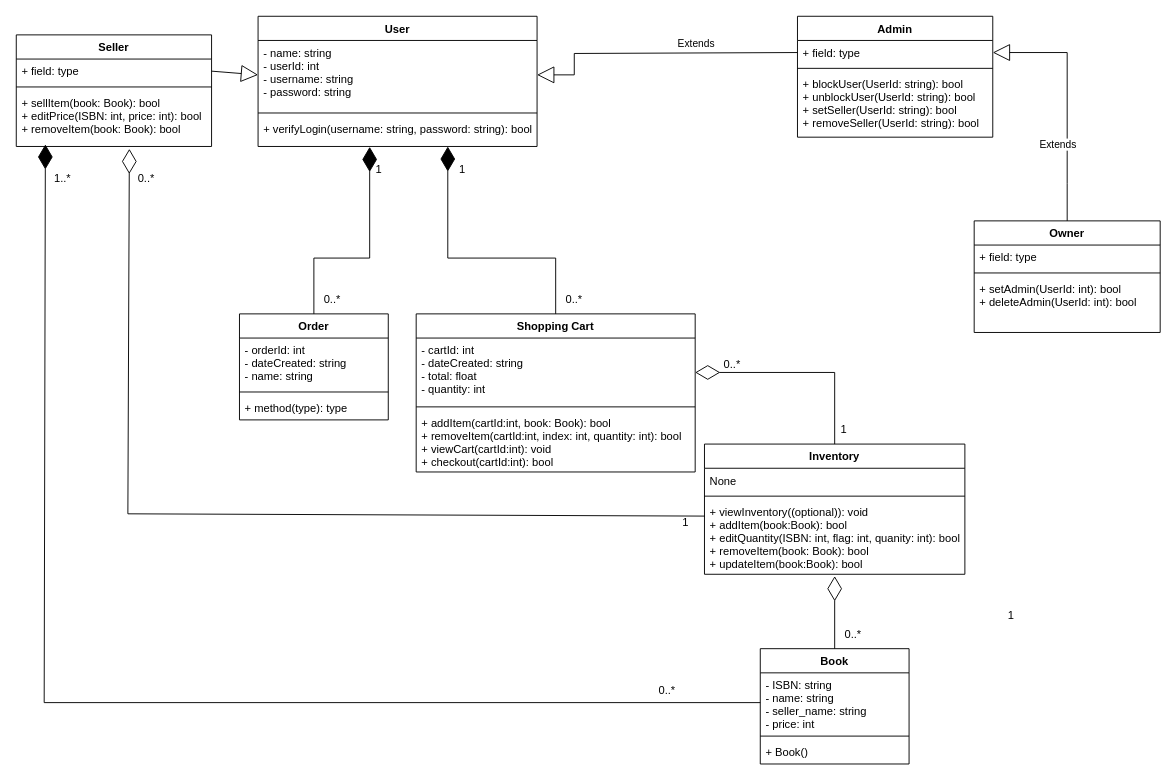
Before: Class_Diagram.drawio in adl409/SE-project-Group-5, a draw.io diagram. Source tidied: cells renumbered, new cells numbered last; positions are measured from the earlier drawing's top-left corner, leaving out a move shared by most shapes. Both pictures are drawn from the tidied source at 93%, with x=0, y=0 at pixel (16, 16).
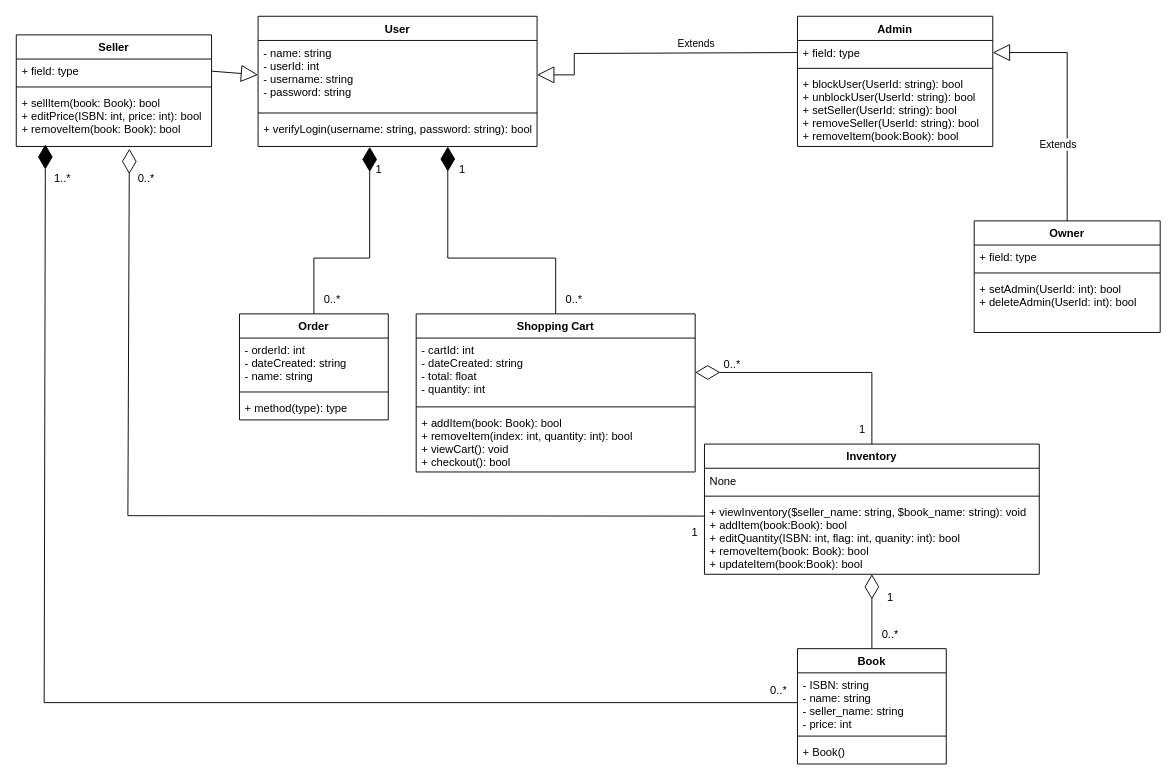
After the change.

Unchanged cells that the change refers to:
```xml
<mxCell id="13" value="+ sellItem(book: Book): bool&#10;+ editPrice(ISBN: int, price: int): bool&#10;+ removeItem(book: Book): bool" style="text;strokeColor=none;fillColor=none;align=left;verticalAlign=top;spacingLeft=4;spacingRight=4;overflow=hidden;points=[[0,0.5],[1,0.5]];portConstraint=eastwest;" parent="10" vertex="1">
  <mxGeometry y="60" width="210" height="60" as="geometry" />
</mxCell>
<mxCell id="51" value="Shopping Cart" style="swimlane;fontStyle=1;align=center;verticalAlign=top;horizontal=1;startSize=26;" parent="1" vertex="1">
  <mxGeometry x="430" y="320" width="300" height="170" as="geometry" />
</mxCell>
```

The edit, as a diff of the source:
```diff
@@
     <mxCell id="6" value="Admin" style="swimlane;fontStyle=1;align=center;verticalAlign=top;horizontal=1;startSize=26;" parent="1" vertex="1">
-      <mxGeometry x="840" width="210" height="130" as="geometry" />
+      <mxGeometry x="840" width="210" height="140" as="geometry" />
     </mxCell>
@@
-    <mxCell id="9" value="+ blockUser(UserId: string): bool&#10;+ unblockUser(UserId: string): bool&#10;+ setSeller(UserId: string): bool&#10;+ removeSeller(UserId: string): bool" style="text;strokeColor=none;fillColor=none;align=left;verticalAlign=top;spacingLeft=4;spacingRight=4;overflow=hidden;" parent="6" vertex="1">
-      <mxGeometry y="60" width="210" height="70" as="geometry" />
+    <mxCell id="9" value="+ blockUser(UserId: string): bool&#10;+ unblockUser(UserId: string): bool&#10;+ setSeller(UserId: string): bool&#10;+ removeSeller(UserId: string): bool&#10;+ removeItem(book:Book): bool" style="text;strokeColor=none;fillColor=none;align=left;verticalAlign=top;spacingLeft=4;spacingRight=4;overflow=hidden;" parent="6" vertex="1">
+      <mxGeometry y="60" width="210" height="80" as="geometry" />
     </mxCell>
@@
     <mxCell id="18" value="Inventory&#10;" style="swimlane;fontStyle=1;align=center;verticalAlign=top;horizontal=1;startSize=26;" parent="1" vertex="1">
-      <mxGeometry x="740" y="460" width="280" height="140" as="geometry" />
+      <mxGeometry x="740" y="460" width="360" height="140" as="geometry" />
     </mxCell>
     <mxCell id="19" value="None" style="text;strokeColor=none;fillColor=none;align=left;verticalAlign=top;spacingLeft=4;spacingRight=4;overflow=hidden;" parent="18" vertex="1">
-      <mxGeometry y="26" width="280" height="26" as="geometry" />
+      <mxGeometry y="26" width="360" height="26" as="geometry" />
     </mxCell>
     <mxCell id="20" style="line;strokeWidth=1;fillColor=none;align=left;verticalAlign=middle;spacingTop=-1;spacingLeft=3;spacingRight=3;labelPosition=right;strokeColor=inherit;" parent="18" vertex="1">
-      <mxGeometry y="52" width="280" height="8" as="geometry" />
+      <mxGeometry y="52" width="360" height="8" as="geometry" />
     </mxCell>
-    <mxCell id="21" value="+ viewInventory((optional)): void&#10;+ addItem(book:Book): bool&#10;+ editQuantity(ISBN: int, flag: int, quanity: int): bool&#10;+ removeItem(book: Book): bool&#10;+ updateItem(book:Book): bool" style="text;strokeColor=none;fillColor=none;align=left;verticalAlign=top;spacingLeft=4;spacingRight=4;overflow=hidden;points=[[0,0.5],[1,0.5]];portConstraint=eastwest;" parent="18" vertex="1">
-      <mxGeometry y="60" width="280" height="80" as="geometry" />
+    <mxCell id="21" value="+ viewInventory($seller_name: string, $book_name: string): void&#10;+ addItem(book:Book): bool&#10;+ editQuantity(ISBN: int, flag: int, quanity: int): bool&#10;+ removeItem(book: Book): bool&#10;+ updateItem(book:Book): bool" style="text;strokeColor=none;fillColor=none;align=left;verticalAlign=top;spacingLeft=4;spacingRight=4;overflow=hidden;points=[[0,0.5],[1,0.5]];portConstraint=eastwest;" parent="18" vertex="1">
+      <mxGeometry y="60" width="360" height="80" as="geometry" />
     </mxCell>
@@
     <mxCell id="35" style="endArrow=diamondThin;endFill=0;endSize=24;html=1;rounded=0;exitX=0.5;exitY=0;exitDx=0;exitDy=0;" parent="1" edge="1" source="18">
       <mxGeometry relative="1" as="geometry">
         <mxPoint x="730" y="383" as="targetPoint" />
         <Array as="points">
-          <mxPoint x="880" y="383" />
+          <mxPoint x="920" y="383" />
         </Array>
       </mxGeometry>
     </mxCell>
     <mxCell id="36" value="1" style="text;strokeColor=none;align=center;fillColor=none;html=1;verticalAlign=middle;whiteSpace=wrap;rounded=0;" parent="1" vertex="1">
-      <mxGeometry x="860" y="430" width="60" height="30" as="geometry" />
+      <mxGeometry x="880" y="430" width="60" height="30" as="geometry" />
     </mxCell>
@@
     <mxCell id="38" value="Book" style="swimlane;fontStyle=1;align=center;verticalAlign=top;horizontal=1;startSize=26;" parent="1" vertex="1">
-      <mxGeometry x="800" y="680" width="160" height="124" as="geometry" />
+      <mxGeometry x="840" y="680" width="160" height="124" as="geometry" />
     </mxCell>
@@
-    <mxCell id="42" style="endArrow=diamondThin;endFill=0;endSize=24;html=1;rounded=0;exitX=0.5;exitY=0;exitDx=0;exitDy=0;entryX=0.5;entryY=1.025;entryDx=0;entryDy=0;entryPerimeter=0;" parent="1" edge="1" source="38" target="21">
+    <mxCell id="42" style="endArrow=diamondThin;endFill=0;endSize=24;html=1;rounded=0;exitX=0.5;exitY=0;exitDx=0;exitDy=0;" parent="1" edge="1" source="38" target="21">
       <mxGeometry relative="1" as="geometry" />
     </mxCell>
     <mxCell id="43" value="0..*" style="text;strokeColor=none;align=center;fillColor=none;html=1;verticalAlign=middle;whiteSpace=wrap;rounded=0;" parent="1" vertex="1">
-      <mxGeometry x="870" y="650" width="60" height="30" as="geometry" />
+      <mxGeometry x="910" y="650" width="60" height="30" as="geometry" />
     </mxCell>
     <mxCell id="44" value="1" style="text;strokeColor=none;align=center;fillColor=none;html=1;verticalAlign=middle;whiteSpace=wrap;rounded=0;" parent="1" vertex="1">
-      <mxGeometry x="1040" y="630" width="60" height="30" as="geometry" />
+      <mxGeometry x="910" y="610" width="60" height="30" as="geometry" />
     </mxCell>
     <mxCell id="45" value="0..*" style="text;strokeColor=none;align=center;fillColor=none;html=1;verticalAlign=middle;whiteSpace=wrap;rounded=0;" parent="1" vertex="1">
-      <mxGeometry x="670" y="710" width="60" height="30" as="geometry" />
+      <mxGeometry x="790" y="710" width="60" height="30" as="geometry" />
     </mxCell>
@@
     <mxCell id="47" style="endArrow=diamondThin;endFill=0;endSize=24;html=1;rounded=0;exitX=0.001;exitY=0.218;exitDx=0;exitDy=0;exitPerimeter=0;entryX=0.579;entryY=1.043;entryDx=0;entryDy=0;entryPerimeter=0;" parent="1" edge="1" source="21" target="13">
       <mxGeometry relative="1" as="geometry">
         <Array as="points">
-          <mxPoint x="120" y="535" />
+          <mxPoint x="120" y="537" />
         </Array>
       </mxGeometry>
     </mxCell>
     <mxCell id="48" value="1" style="text;strokeColor=none;align=center;fillColor=none;html=1;verticalAlign=middle;whiteSpace=wrap;rounded=0;" parent="1" vertex="1">
-      <mxGeometry x="690" y="530" width="60" height="30" as="geometry" />
+      <mxGeometry x="700" y="540" width="60" height="30" as="geometry" />
     </mxCell>
@@
-    <mxCell id="54" value="+ addItem(cartId:int, book: Book): bool&#10;+ removeItem(cartId:int, index: int, quantity: int): bool&#10;+ viewCart(cartId:int): void&#10;+ checkout(cartId:int): bool&#10;" style="text;strokeColor=none;fillColor=none;align=left;verticalAlign=top;spacingLeft=4;spacingRight=4;overflow=hidden;" parent="51" vertex="1">
+    <mxCell id="54" value="+ addItem(book: Book): bool&#10;+ removeItem(index: int, quantity: int): bool&#10;+ viewCart(): void&#10;+ checkout(): bool&#10;" style="text;strokeColor=none;fillColor=none;align=left;verticalAlign=top;spacingLeft=4;spacingRight=4;overflow=hidden;" parent="51" vertex="1">
       <mxGeometry y="104" width="300" height="66" as="geometry" />
     </mxCell>
```
